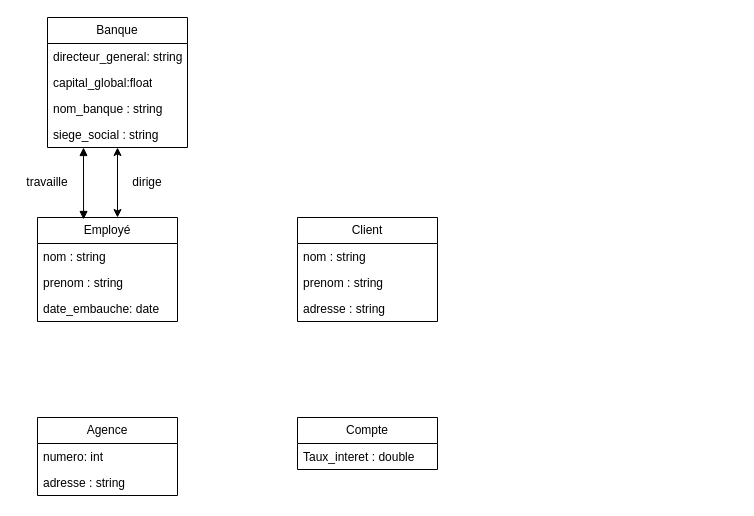
The draw.io diagram classes_hotel.drawio in ewan-delanoy/uml_diagram, before the edit. Source tidied: cells renumbered, new cells numbered last; positions are measured from the earlier drawing's top-left corner, leaving out a move shared by most shapes. Both pictures are drawn from the tidied source at 100%, with x=0, y=0 at pixel (17, 17).
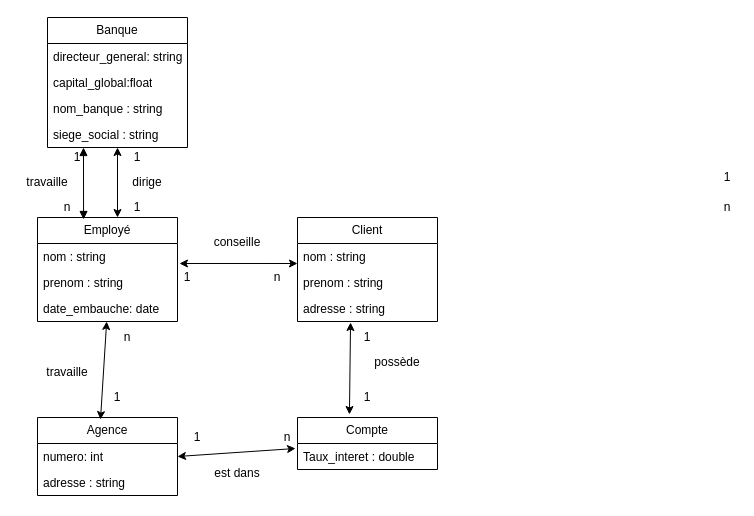
After the change.

Commit message (it also covers changes not shown here):
Mettre à jour classes_hotel.drawio

Unchanged cells that the change refers to:
```xml
<mxCell id="8" value="nom : string" style="text;strokeColor=none;fillColor=none;align=left;verticalAlign=top;spacingLeft=4;spacingRight=4;overflow=hidden;points=[[0,0.5],[1,0.5]];portConstraint=eastwest;whiteSpace=wrap;html=1;" parent="7" vertex="1">
  <mxGeometry y="26" width="140" height="26" as="geometry" />
</mxCell>
<mxCell id="10" value="date_embauche: date" style="text;strokeColor=none;fillColor=none;align=left;verticalAlign=top;spacingLeft=4;spacingRight=4;overflow=hidden;points=[[0,0.5],[1,0.5]];portConstraint=eastwest;whiteSpace=wrap;html=1;" parent="7" vertex="1">
  <mxGeometry y="78" width="140" height="26" as="geometry" />
</mxCell>
<mxCell id="14" value="adresse : string" style="text;strokeColor=none;fillColor=none;align=left;verticalAlign=top;spacingLeft=4;spacingRight=4;overflow=hidden;points=[[0,0.5],[1,0.5]];portConstraint=eastwest;whiteSpace=wrap;html=1;" parent="11" vertex="1">
  <mxGeometry y="78" width="140" height="26" as="geometry" />
</mxCell>
<mxCell id="15" value="Agence" style="swimlane;fontStyle=0;horizontal=1;startSize=26;fillColor=none;whiteSpace=wrap;html=1;" parent="1" vertex="1">
  <mxGeometry x="20" y="400" width="140" height="78" as="geometry" />
</mxCell>
<mxCell id="16" value="numero: int" style="text;strokeColor=none;fillColor=none;align=left;verticalAlign=top;spacingLeft=4;spacingRight=4;overflow=hidden;points=[[0,0.5],[1,0.5]];portConstraint=eastwest;whiteSpace=wrap;html=1;" parent="15" vertex="1">
  <mxGeometry y="26" width="140" height="26" as="geometry" />
</mxCell>
<mxCell id="18" value="Compte" style="swimlane;fontStyle=0;horizontal=1;startSize=26;fillColor=none;whiteSpace=wrap;html=1;" parent="1" vertex="1">
  <mxGeometry x="280" y="400" width="140" height="52" as="geometry" />
</mxCell>
<mxCell id="19" value="Taux_interet : double" style="text;strokeColor=none;fillColor=none;align=left;verticalAlign=top;spacingLeft=4;spacingRight=4;overflow=hidden;points=[[0,0.5],[1,0.5]];portConstraint=eastwest;whiteSpace=wrap;html=1;" parent="18" vertex="1">
  <mxGeometry y="26" width="140" height="26" as="geometry" />
</mxCell>
```

Diff of the diagram source:
```diff
@@
+    <mxCell id="24" style="endArrow=classic;startArrow=classic;html=1;rounded=0;entryX=1.014;entryY=0.769;entryDx=0;entryDy=0;entryPerimeter=0;" parent="1" edge="1" target="8">
+      <mxGeometry relative="1" as="geometry">
+        <mxPoint x="280" y="246" as="sourcePoint" />
+      </mxGeometry>
+    </mxCell>
+    <mxCell id="25" style="endArrow=classic;startArrow=classic;html=1;rounded=0;exitX=0.45;exitY=0.026;exitDx=0;exitDy=0;exitPerimeter=0;" parent="1" edge="1" source="15" target="10">
+      <mxGeometry relative="1" as="geometry" />
+    </mxCell>
+    <mxCell id="26" style="endArrow=classic;startArrow=classic;html=1;rounded=0;exitX=0.371;exitY=-0.058;exitDx=0;exitDy=0;exitPerimeter=0;entryX=0.379;entryY=1.038;entryDx=0;entryDy=0;entryPerimeter=0;" parent="1" edge="1" source="18" target="14">
+      <mxGeometry relative="1" as="geometry" />
+    </mxCell>
+    <mxCell id="27" style="endArrow=classic;startArrow=classic;html=1;rounded=0;entryX=-0.014;entryY=0.192;entryDx=0;entryDy=0;entryPerimeter=0;exitX=1;exitY=0.5;exitDx=0;exitDy=0;" parent="1" edge="1" source="16" target="19">
+      <mxGeometry relative="1" as="geometry" />
+    </mxCell>
+    <mxCell id="28" value="conseille" style="text;html=1;strokeColor=none;fillColor=none;align=center;verticalAlign=middle;whiteSpace=wrap;rounded=0;" parent="1" vertex="1">
+      <mxGeometry x="190" y="210" width="60" height="30" as="geometry" />
+    </mxCell>
+    <mxCell id="29" value="travaille" style="text;html=1;strokeColor=none;fillColor=none;align=center;verticalAlign=middle;whiteSpace=wrap;rounded=0;" parent="1" vertex="1">
+      <mxGeometry x="20" y="340" width="60" height="30" as="geometry" />
+    </mxCell>
+    <mxCell id="30" value="possède" style="text;html=1;strokeColor=none;fillColor=none;align=center;verticalAlign=middle;whiteSpace=wrap;rounded=0;" parent="1" vertex="1">
+      <mxGeometry x="350" y="330" width="60" height="30" as="geometry" />
+    </mxCell>
+    <mxCell id="31" value="&lt;div&gt;est dans&lt;/div&gt;&lt;div&gt;&lt;br&gt;&lt;/div&gt;" style="text;html=1;strokeColor=none;fillColor=none;align=center;verticalAlign=middle;whiteSpace=wrap;rounded=0;" parent="1" vertex="1">
+      <mxGeometry x="190" y="448" width="60" height="30" as="geometry" />
+    </mxCell>
+    <mxCell id="32" value="1" style="text;html=1;strokeColor=none;fillColor=none;align=center;verticalAlign=middle;whiteSpace=wrap;rounded=0;" parent="1" vertex="1">
+      <mxGeometry x="110" y="130" width="20" height="20" as="geometry" />
+    </mxCell>
+    <mxCell id="33" value="1" style="text;html=1;strokeColor=none;fillColor=none;align=center;verticalAlign=middle;whiteSpace=wrap;rounded=0;" parent="1" vertex="1">
+      <mxGeometry x="50" y="130" width="20" height="20" as="geometry" />
+    </mxCell>
+    <mxCell id="34" value="1" style="text;html=1;strokeColor=none;fillColor=none;align=center;verticalAlign=middle;whiteSpace=wrap;rounded=0;" parent="1" vertex="1">
+      <mxGeometry x="700" y="150" width="20" height="20" as="geometry" />
+    </mxCell>
+    <mxCell id="35" value="1" style="text;html=1;strokeColor=none;fillColor=none;align=center;verticalAlign=middle;whiteSpace=wrap;rounded=0;" parent="1" vertex="1">
+      <mxGeometry x="110" y="180" width="20" height="20" as="geometry" />
+    </mxCell>
+    <mxCell id="36" value="1" style="text;html=1;strokeColor=none;fillColor=none;align=center;verticalAlign=middle;whiteSpace=wrap;rounded=0;" parent="1" vertex="1">
+      <mxGeometry x="340" y="310" width="20" height="20" as="geometry" />
+    </mxCell>
+    <mxCell id="37" value="1" style="text;html=1;strokeColor=none;fillColor=none;align=center;verticalAlign=middle;whiteSpace=wrap;rounded=0;" parent="1" vertex="1">
+      <mxGeometry x="340" y="370" width="20" height="20" as="geometry" />
+    </mxCell>
+    <mxCell id="38" value="1" style="text;html=1;strokeColor=none;fillColor=none;align=center;verticalAlign=middle;whiteSpace=wrap;rounded=0;" parent="1" vertex="1">
+      <mxGeometry x="170" y="410" width="20" height="20" as="geometry" />
+    </mxCell>
+    <mxCell id="39" value="1" style="text;html=1;strokeColor=none;fillColor=none;align=center;verticalAlign=middle;whiteSpace=wrap;rounded=0;" parent="1" vertex="1">
+      <mxGeometry x="90" y="370" width="20" height="20" as="geometry" />
+    </mxCell>
+    <mxCell id="40" value="1" style="text;html=1;strokeColor=none;fillColor=none;align=center;verticalAlign=middle;whiteSpace=wrap;rounded=0;" parent="1" vertex="1">
+      <mxGeometry x="160" y="250" width="20" height="20" as="geometry" />
+    </mxCell>
+    <mxCell id="41" value="n" style="text;html=1;strokeColor=none;fillColor=none;align=center;verticalAlign=middle;whiteSpace=wrap;rounded=0;" parent="1" vertex="1">
+      <mxGeometry x="700" y="180" width="20" height="20" as="geometry" />
+    </mxCell>
+    <mxCell id="42" value="n" style="text;html=1;strokeColor=none;fillColor=none;align=center;verticalAlign=middle;whiteSpace=wrap;rounded=0;" parent="1" vertex="1">
+      <mxGeometry x="260" y="410" width="20" height="20" as="geometry" />
+    </mxCell>
+    <mxCell id="43" value="n" style="text;html=1;strokeColor=none;fillColor=none;align=center;verticalAlign=middle;whiteSpace=wrap;rounded=0;" parent="1" vertex="1">
+      <mxGeometry x="100" y="310" width="20" height="20" as="geometry" />
+    </mxCell>
+    <mxCell id="44" value="n" style="text;html=1;strokeColor=none;fillColor=none;align=center;verticalAlign=middle;whiteSpace=wrap;rounded=0;" parent="1" vertex="1">
+      <mxGeometry x="250" y="250" width="20" height="20" as="geometry" />
+    </mxCell>
+    <mxCell id="45" value="n" style="text;html=1;strokeColor=none;fillColor=none;align=center;verticalAlign=middle;whiteSpace=wrap;rounded=0;" parent="1" vertex="1">
+      <mxGeometry x="40" y="180" width="20" height="20" as="geometry" />
+    </mxCell>
```
